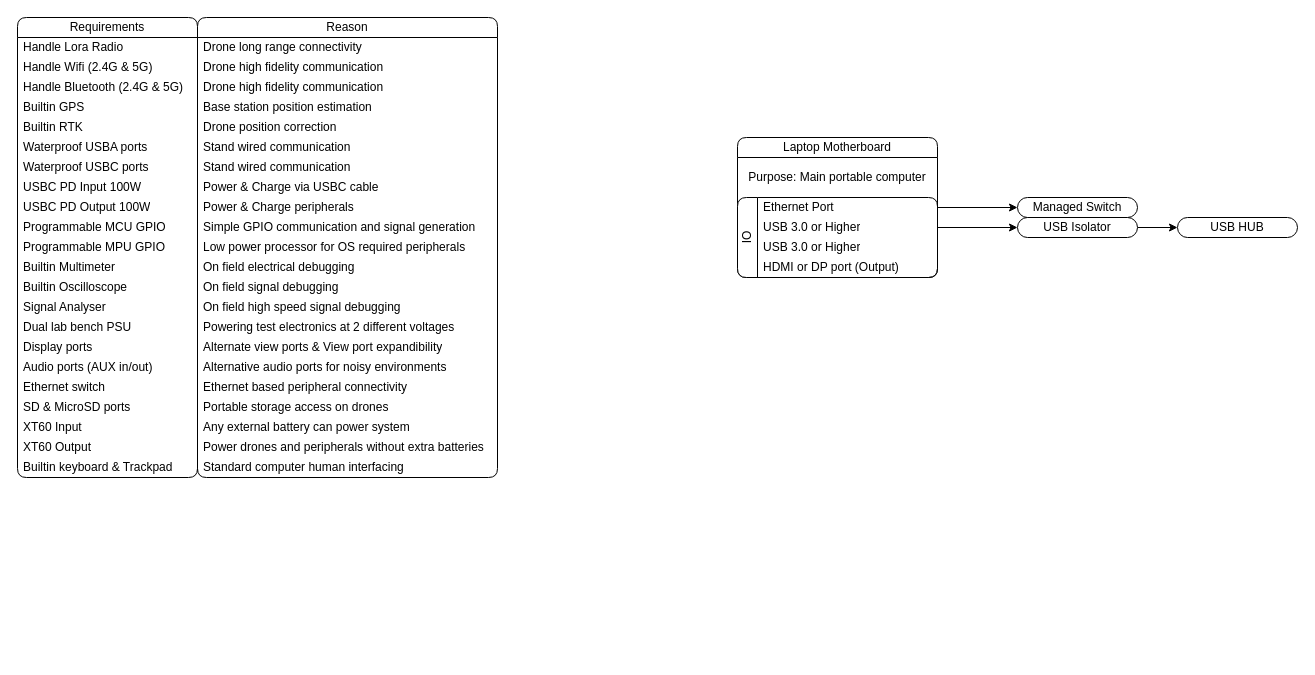
This is page "Brainstorm" (2 of 5) of Documents/Diagram.drawio from Ornithopter-Project/Base-Station, a draw.io file, before an edit. Source tidied: cells renumbered, new cells numbered last; positions are measured from the earlier drawing's top-left corner, leaving out a move shared by most shapes. Both pictures are drawn from the tidied source at 100%, with x=0, y=0 at pixel (17, 17).
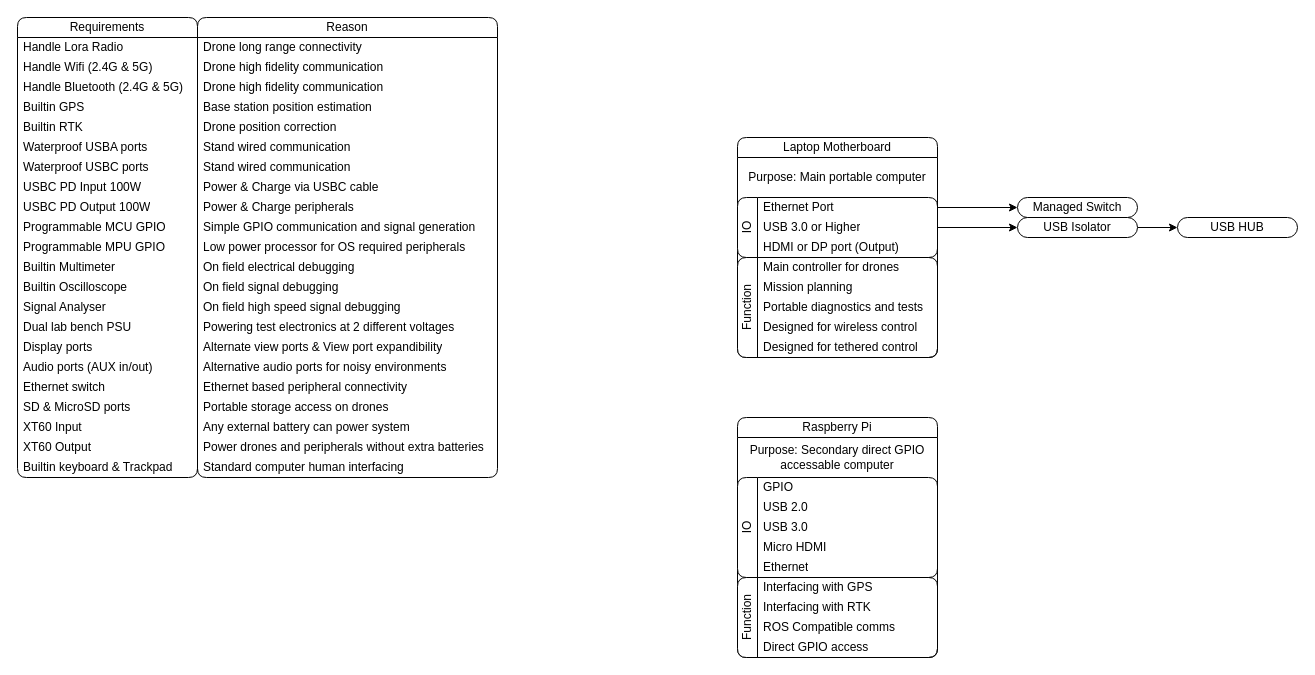
Above is the later version.

Commit message:
Added Functions to components in diagram

The edit, as a diff of the source:
```diff
@@
     <mxCell id="48" value="Laptop Motherboard" style="swimlane;fontStyle=0;horizontal=1;startSize=20;whiteSpace=wrap;html=1;rounded=1;swimlaneLine=1;shadow=0;" parent="1" vertex="1">
-      <mxGeometry x="720" y="120" width="200" height="140" as="geometry" />
+      <mxGeometry x="720" y="120" width="200" height="220" as="geometry" />
     </mxCell>
@@
     <mxCell id="50" value="IO" style="swimlane;fontStyle=0;horizontal=0;startSize=20;whiteSpace=wrap;html=1;rounded=1;swimlaneLine=1;shadow=0;" parent="48" vertex="1">
-      <mxGeometry y="60" width="200" height="80" as="geometry" />
+      <mxGeometry y="60" width="200" height="60" as="geometry" />
     </mxCell>
@@
-    <mxCell id="53" value="USB 3.0 or Higher" style="text;strokeColor=none;fillColor=none;align=left;verticalAlign=middle;spacingLeft=4;spacingRight=4;overflow=hidden;whiteSpace=wrap;html=1;" parent="50" vertex="1">
-      <mxGeometry x="20" y="40" width="180" height="20" as="geometry" />
-    </mxCell>
     <mxCell id="54" value="HDMI or DP port (Output)" style="text;strokeColor=none;fillColor=none;align=left;verticalAlign=middle;spacingLeft=4;spacingRight=4;overflow=hidden;whiteSpace=wrap;html=1;" parent="50" vertex="1">
-      <mxGeometry x="20" y="60" width="180" height="20" as="geometry" />
+      <mxGeometry x="20" y="40" width="180" height="20" as="geometry" />
     </mxCell>
+    <mxCell id="61" value="Function" style="swimlane;fontStyle=0;horizontal=0;startSize=20;whiteSpace=wrap;html=1;rounded=1;swimlaneLine=1;shadow=0;" parent="48" vertex="1">
+      <mxGeometry y="120" width="200" height="100" as="geometry" />
+    </mxCell>
+    <mxCell id="62" value="Main controller for drones" style="text;strokeColor=none;fillColor=none;align=left;verticalAlign=middle;spacingLeft=4;spacingRight=4;overflow=hidden;whiteSpace=wrap;html=1;" parent="61" vertex="1">
+      <mxGeometry x="20" width="180" height="20" as="geometry" />
+    </mxCell>
+    <mxCell id="63" value="Mission planning" style="text;strokeColor=none;fillColor=none;align=left;verticalAlign=middle;spacingLeft=4;spacingRight=4;overflow=hidden;whiteSpace=wrap;html=1;" parent="61" vertex="1">
+      <mxGeometry x="20" y="20" width="180" height="20" as="geometry" />
+    </mxCell>
+    <mxCell id="64" value="Portable diagnostics and tests" style="text;strokeColor=none;fillColor=none;align=left;verticalAlign=middle;spacingLeft=4;spacingRight=4;overflow=hidden;whiteSpace=wrap;html=1;" parent="61" vertex="1">
+      <mxGeometry x="20" y="40" width="180" height="20" as="geometry" />
+    </mxCell>
+    <mxCell id="65" value="Designed for wireless control" style="text;strokeColor=none;fillColor=none;align=left;verticalAlign=middle;spacingLeft=4;spacingRight=4;overflow=hidden;whiteSpace=wrap;html=1;" parent="61" vertex="1">
+      <mxGeometry x="20" y="60" width="180" height="20" as="geometry" />
+    </mxCell>
+    <mxCell id="66" value="Designed for tethered control" style="text;strokeColor=none;fillColor=none;align=left;verticalAlign=middle;spacingLeft=4;spacingRight=4;overflow=hidden;whiteSpace=wrap;html=1;" parent="61" vertex="1">
+      <mxGeometry x="20" y="80" width="180" height="20" as="geometry" />
+    </mxCell>
@@
+    <mxCell id="67" value="Raspberry Pi" style="swimlane;fontStyle=0;horizontal=1;startSize=20;whiteSpace=wrap;html=1;rounded=1;swimlaneLine=1;shadow=0;" parent="1" vertex="1">
+      <mxGeometry x="720" y="400" width="200" height="240" as="geometry" />
+    </mxCell>
+    <mxCell id="68" value="Purpose: Secondary direct GPIO accessable computer" style="rounded=0;whiteSpace=wrap;html=1;absoluteArcSize=1;fillColor=none;strokeColor=none;" parent="67" vertex="1">
+      <mxGeometry y="20" width="200" height="40" as="geometry" />
+    </mxCell>
+    <mxCell id="69" value="IO" style="swimlane;fontStyle=0;horizontal=0;startSize=20;whiteSpace=wrap;html=1;rounded=1;swimlaneLine=1;shadow=0;" parent="67" vertex="1">
+      <mxGeometry y="60" width="200" height="100" as="geometry" />
+    </mxCell>
+    <mxCell id="70" value="GPIO" style="text;strokeColor=none;fillColor=none;align=left;verticalAlign=middle;spacingLeft=4;spacingRight=4;overflow=hidden;whiteSpace=wrap;html=1;" parent="69" vertex="1">
+      <mxGeometry x="20" width="180" height="20" as="geometry" />
+    </mxCell>
+    <mxCell id="71" value="USB 2.0" style="text;strokeColor=none;fillColor=none;align=left;verticalAlign=middle;spacingLeft=4;spacingRight=4;overflow=hidden;whiteSpace=wrap;html=1;" parent="69" vertex="1">
+      <mxGeometry x="20" y="20" width="180" height="20" as="geometry" />
+    </mxCell>
+    <mxCell id="72" value="USB 3.0" style="text;strokeColor=none;fillColor=none;align=left;verticalAlign=middle;spacingLeft=4;spacingRight=4;overflow=hidden;whiteSpace=wrap;html=1;" parent="69" vertex="1">
+      <mxGeometry x="20" y="40" width="180" height="20" as="geometry" />
+    </mxCell>
+    <mxCell id="73" value="Micro HDMI" style="text;strokeColor=none;fillColor=none;align=left;verticalAlign=middle;spacingLeft=4;spacingRight=4;overflow=hidden;whiteSpace=wrap;html=1;" parent="69" vertex="1">
+      <mxGeometry x="20" y="60" width="180" height="20" as="geometry" />
+    </mxCell>
+    <mxCell id="74" value="Ethernet" style="text;strokeColor=none;fillColor=none;align=left;verticalAlign=middle;spacingLeft=4;spacingRight=4;overflow=hidden;whiteSpace=wrap;html=1;" parent="69" vertex="1">
+      <mxGeometry x="20" y="80" width="180" height="20" as="geometry" />
+    </mxCell>
+    <mxCell id="75" value="Function" style="swimlane;fontStyle=0;horizontal=0;startSize=20;whiteSpace=wrap;html=1;rounded=1;swimlaneLine=1;shadow=0;" parent="67" vertex="1">
+      <mxGeometry y="160" width="200" height="80" as="geometry" />
+    </mxCell>
+    <mxCell id="76" value="Interfacing with GPS" style="text;strokeColor=none;fillColor=none;align=left;verticalAlign=middle;spacingLeft=4;spacingRight=4;overflow=hidden;whiteSpace=wrap;html=1;" parent="75" vertex="1">
+      <mxGeometry x="20" width="180" height="20" as="geometry" />
+    </mxCell>
+    <mxCell id="77" value="Interfacing with RTK" style="text;strokeColor=none;fillColor=none;align=left;verticalAlign=middle;spacingLeft=4;spacingRight=4;overflow=hidden;whiteSpace=wrap;html=1;" parent="75" vertex="1">
+      <mxGeometry x="20" y="20" width="180" height="20" as="geometry" />
+    </mxCell>
+    <mxCell id="78" value="ROS Compatible comms" style="text;strokeColor=none;fillColor=none;align=left;verticalAlign=middle;spacingLeft=4;spacingRight=4;overflow=hidden;whiteSpace=wrap;html=1;" parent="75" vertex="1">
+      <mxGeometry x="20" y="40" width="180" height="20" as="geometry" />
+    </mxCell>
+    <mxCell id="79" value="Direct GPIO access" style="text;strokeColor=none;fillColor=none;align=left;verticalAlign=middle;spacingLeft=4;spacingRight=4;overflow=hidden;whiteSpace=wrap;html=1;" parent="75" vertex="1">
+      <mxGeometry x="20" y="60" width="180" height="20" as="geometry" />
+    </mxCell>
```
